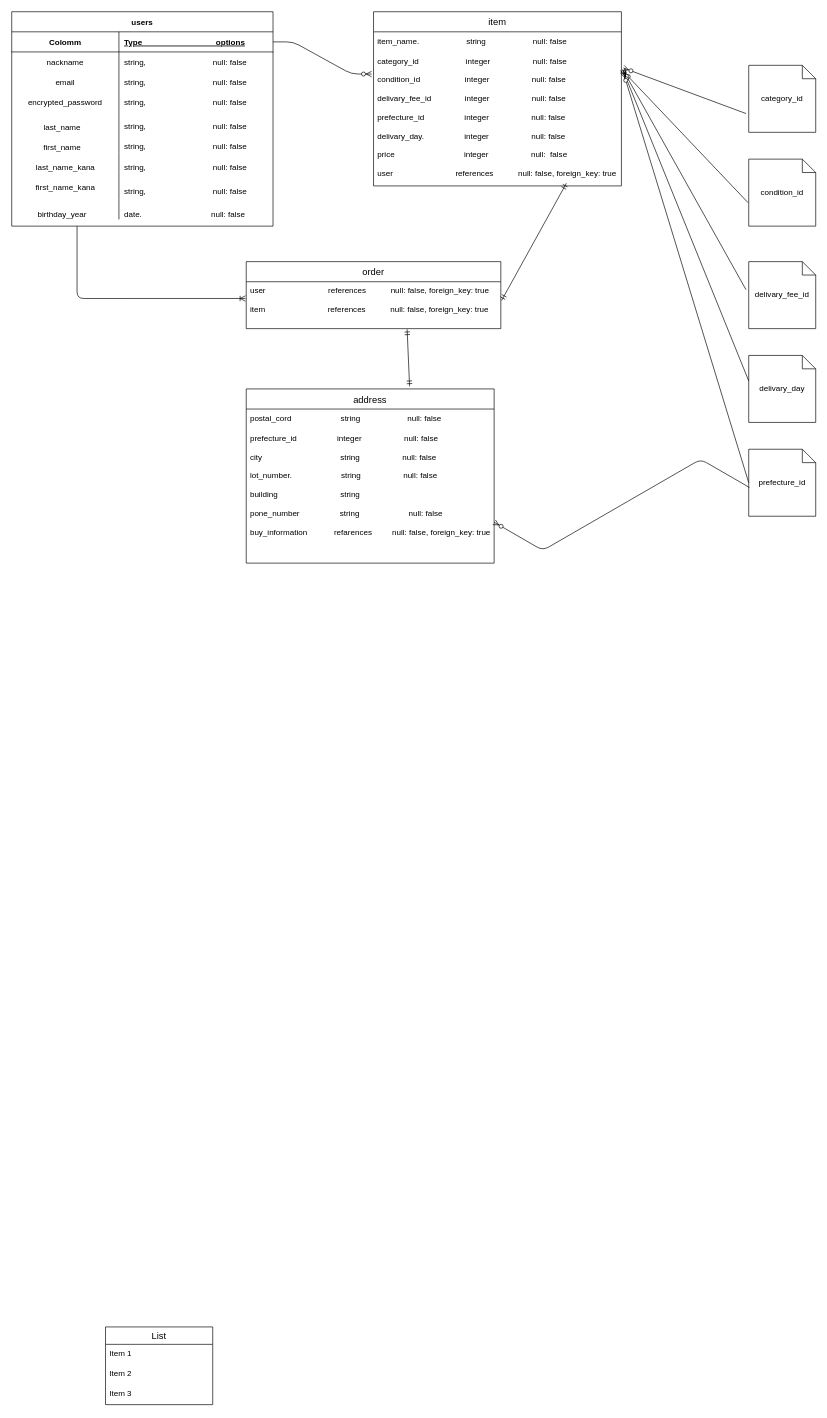
The draw.io diagram furima.dio in YuichiTakaoka/furima-37240, before the edit. Source tidied: cells renumbered, new cells numbered last; positions are measured from the earlier drawing's top-left corner, leaving out a move shared by most shapes. Both pictures are drawn from the tidied source at 67%, with x=0, y=0 at pixel (11, 11).
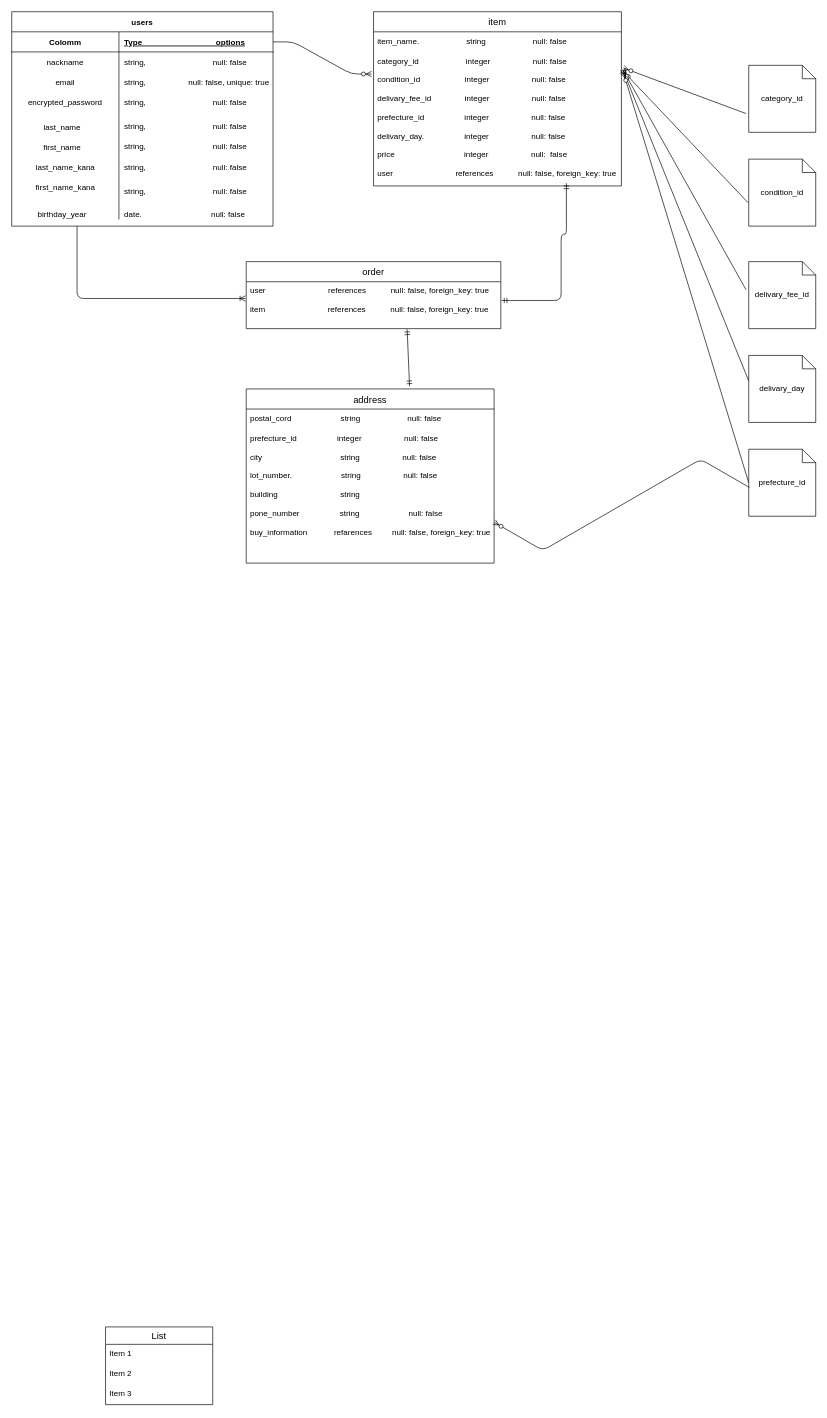
The same diagram, later.

Unchanged cells that the change refers to:
```xml
<mxCell id="13" style="shape=partialRectangle;fillColor=none;top=0;left=0;bottom=0;right=0;" parent="6" vertex="1">
  <mxGeometry y="90" width="390" height="30" as="geometry" />
</mxCell>
<mxCell id="41" value="category_id                     integer                   null: false&#10;&#10;condition_id                    integer                   null: false&#10; &#10;delivary_fee_id               integer                   null: false&#10;&#10;prefecture_id                  integer                   null: false&#10;&#10;delivary_day.                  integer                   null: false&#10;&#10;price                               integer                   null:  false&#10;&#10;user                            references           null: false, foreign_key: true" style="text;strokeColor=none;fillColor=none;spacingLeft=4;spacingRight=4;overflow=hidden;points=[[0,0.5],[1,0.5]];portConstraint=eastwest;fontSize=12;" parent="39" vertex="1">
  <mxGeometry y="60" width="370" height="200" as="geometry" />
</mxCell>
<mxCell id="43" value="user                            references           null: false, foreign_key: true&#10;&#10;item                            references           null: false, foreign_key: true" style="text;strokeColor=none;fillColor=none;spacingLeft=4;spacingRight=4;overflow=hidden;points=[[0,0.5],[1,0.5]];portConstraint=eastwest;fontSize=12;" parent="42" vertex="1">
  <mxGeometry y="30" width="380" height="70" as="geometry" />
</mxCell>
```

Diff of the diagram source:
```diff
@@
-    <mxCell id="15" value="string,                              null: false" style="shape=partialRectangle;fillColor=none;top=0;left=0;bottom=0;right=0;align=left;spacingLeft=6;overflow=hidden;" parent="13" vertex="1">
+    <mxCell id="15" value="string,                   null: false, unique: true" style="shape=partialRectangle;fillColor=none;top=0;left=0;bottom=0;right=0;align=left;spacingLeft=6;overflow=hidden;" parent="13" vertex="1">
       <mxGeometry x="160" width="230" height="30" as="geometry" />
     </mxCell>
@@
-    <mxCell id="59" style="fontSize=12;html=1;endArrow=ERmandOne;startArrow=ERmandOne;entryX=0.778;entryY=0.98;entryDx=0;entryDy=0;entryPerimeter=0;exitX=1.003;exitY=0.4;exitDx=0;exitDy=0;exitPerimeter=0;" parent="1" edge="1" source="43" target="41">
-      <mxGeometry relative="1" as="geometry" />
+    <mxCell id="59" style="fontSize=12;html=1;endArrow=ERmandOne;startArrow=ERmandOne;entryX=0.778;entryY=0.98;entryDx=0;entryDy=0;entryPerimeter=0;exitX=1.003;exitY=0.4;exitDx=0;exitDy=0;exitPerimeter=0;edgeStyle=orthogonalEdgeStyle;" parent="1" edge="1" source="43" target="41">
+      <mxGeometry relative="1" as="geometry">
+        <Array as="points">
+          <mxPoint x="820" y="431" />
+          <mxPoint x="820" y="332" />
+          <mxPoint x="828" y="332" />
+        </Array>
+      </mxGeometry>
     </mxCell>
```
